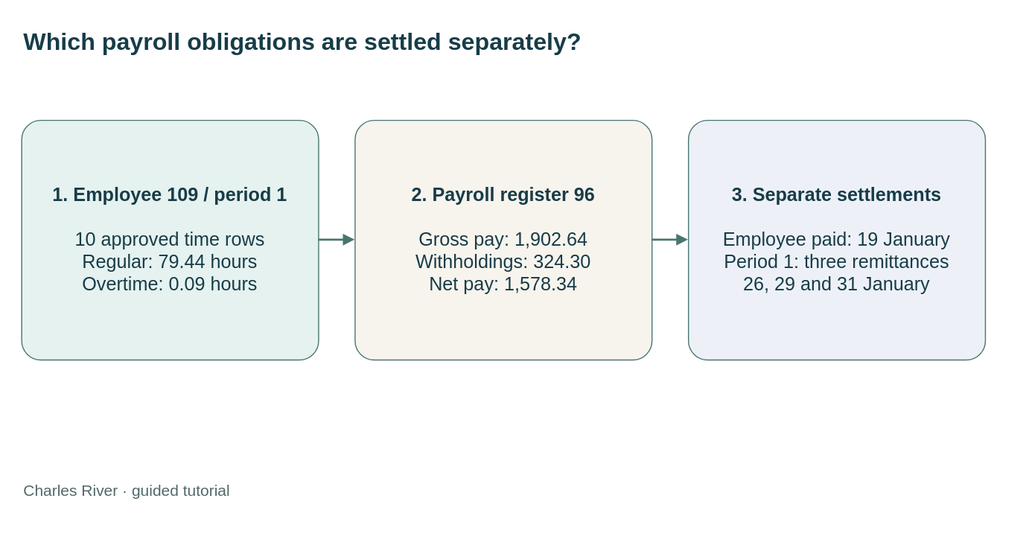
Earlier version of the draw.io export static/diagrams/tutorials/follow-hours-into-payroll.svg (mmcodesso/CharlesRiver_Database). Source tidied: cells renumbered, new cells last; positions are measured from the earlier drawing's top-left corner, leaving out a move shared by most shapes.
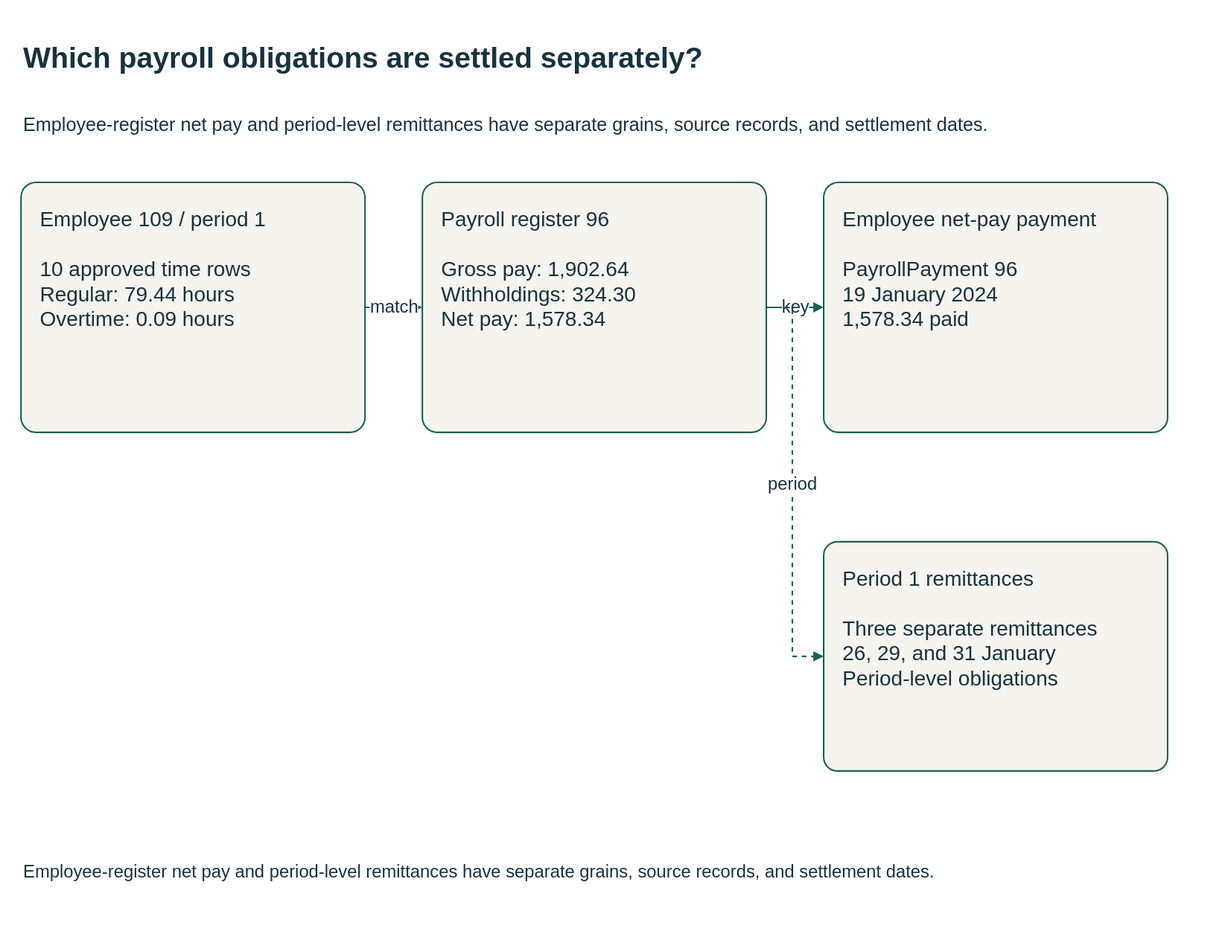
After the change.

The edit, as a diff of the source:
```diff
@@ -1,27 +1,41 @@
-<mxGraphModel>
+<mxGraphModel background="#FFFFFF">
   <root>
     <mxCell id="0" />
     <mxCell id="1" parent="0" />
-    <mxCell id="2" value="Which payroll obligations are settled separately?" style="text;html=0;whiteSpace=wrap;fontSize=23;fontStyle=1;fontColor=#163d48;align=left;" parent="1" vertex="1">
-      <mxGeometry width="920" height="60" as="geometry" />
+    <mxCell id="2" value="Which payroll obligations are settled separately?" style="html=0;fontFamily=Arial;fontSize=20;fontColor=#17333e;strokeColor=#196252;strokeWidth=1.5;whiteSpace=wrap;text;strokeColor=none;fillColor=none;align=left;verticalAlign=middle;fontSize=28;fontStyle=1;" parent="1" vertex="1">
+      <mxGeometry width="1110" height="70" as="geometry" />
     </mxCell>
+    <mxCell id="9" value="Employee-register net pay and period-level remittances have separate grains, source records, and settlement dates." style="html=0;fontFamily=Arial;fontSize=20;fontColor=#17333e;strokeColor=#196252;strokeWidth=1.5;whiteSpace=wrap;text;strokeColor=none;fillColor=none;align=left;verticalAlign=middle;fontSize=18;fontStyle=0;" parent="1" vertex="1">
+      <mxGeometry y="72" width="1110" height="55" as="geometry" />
+    </mxCell>
-    <mxCell id="3" value="&lt;b&gt;1. Employee 109 / period 1&lt;/b&gt;&lt;br&gt;&lt;br&gt;10 approved time rows&lt;br&gt;Regular: 79.44 hours&lt;br&gt;Overtime: 0.09 hours" style="rounded=1;whiteSpace=wrap;html=1;fillColor=#e5f2ef;strokeColor=#48766e;fontColor=#183c48;fontSize=18;spacing=15;arcSize=8;" parent="1" vertex="1">
-      <mxGeometry y="95" width="285" height="230" as="geometry" />
+    <mxCell id="3" value="Employee 109 / period 1&#10;&#10;10 approved time rows&#10;Regular: 79.44 hours&#10;Overtime: 0.09 hours" style="html=0;fontFamily=Arial;fontSize=20;fontColor=#17333e;strokeColor=#196252;strokeWidth=1.5;whiteSpace=wrap;rounded=1;arcSize=6;fillColor=#f6f4ee;align=left;verticalAlign=top;spacing=18;" parent="1" vertex="1">
+      <mxGeometry y="155" width="330" height="240" as="geometry" />
     </mxCell>
-    <mxCell id="4" value="&lt;b&gt;2. Payroll register 96&lt;/b&gt;&lt;br&gt;&lt;br&gt;Gross pay: 1,902.64&lt;br&gt;Withholdings: 324.30&lt;br&gt;Net pay: 1,578.34" style="rounded=1;whiteSpace=wrap;html=1;fillColor=#f7f4ed;strokeColor=#48766e;fontColor=#183c48;fontSize=18;spacing=15;arcSize=8;" parent="1" vertex="1">
-      <mxGeometry x="320" y="95" width="285" height="230" as="geometry" />
+    <mxCell id="4" value="Payroll register 96&#10;&#10;Gross pay: 1,902.64&#10;Withholdings: 324.30&#10;Net pay: 1,578.34" style="html=0;fontFamily=Arial;fontSize=20;fontColor=#17333e;strokeColor=#196252;strokeWidth=1.5;whiteSpace=wrap;rounded=1;arcSize=6;fillColor=#f6f4ee;align=left;verticalAlign=top;spacing=18;" parent="1" vertex="1">
+      <mxGeometry x="385" y="155" width="330" height="240" as="geometry" />
     </mxCell>
-    <mxCell id="5" value="&lt;b&gt;3. Separate settlements&lt;/b&gt;&lt;br&gt;&lt;br&gt;Employee paid: 19 January&lt;br&gt;Period 1: three remittances&lt;br&gt;26, 29 and 31 January" style="rounded=1;whiteSpace=wrap;html=1;fillColor=#edf1f7;strokeColor=#48766e;fontColor=#183c48;fontSize=18;spacing=15;arcSize=8;" parent="1" vertex="1">
-      <mxGeometry x="640" y="95" width="285" height="230" as="geometry" />
+    <mxCell id="5" value="Employee net-pay payment&#10;&#10;PayrollPayment 96&#10;19 January 2024&#10;1,578.34 paid" style="html=0;fontFamily=Arial;fontSize=20;fontColor=#17333e;strokeColor=#196252;strokeWidth=1.5;whiteSpace=wrap;rounded=1;arcSize=6;fillColor=#f6f4ee;align=left;verticalAlign=top;spacing=18;" parent="1" vertex="1">
+      <mxGeometry x="770" y="155" width="330" height="240" as="geometry" />
     </mxCell>
+    <mxCell id="10" value="Period 1 remittances&#10;&#10;Three separate remittances&#10;26, 29, and 31 January&#10;Period-level obligations" style="html=0;fontFamily=Arial;fontSize=20;fontColor=#17333e;strokeColor=#196252;strokeWidth=1.5;whiteSpace=wrap;rounded=1;arcSize=6;fillColor=#f6f4ee;align=left;verticalAlign=top;spacing=18;" parent="1" vertex="1">
+      <mxGeometry x="770" y="500" width="330" height="220" as="geometry" />
+    </mxCell>
-    <mxCell id="6" style="edgeStyle=orthogonalEdgeStyle;rounded=0;html=0;strokeColor=#48766e;strokeWidth=2;endArrow=block;endFill=1;exitX=1;exitY=0.5;entryX=0;entryY=0.5;" parent="1" edge="1" source="3" target="4">
+    <mxCell id="6" value="match" style="html=0;fontFamily=Arial;fontSize=20;fontColor=#17333e;strokeColor=#196252;strokeWidth=1.5;whiteSpace=wrap;edgeStyle=orthogonalEdgeStyle;rounded=0;fillColor=none;fontSize=17;labelBackgroundColor=#FFFFFF;startArrow=none;endArrow=block;endFill=1;dashed=1;exitX=1;exitY=0.5;entryX=0;entryY=0.5;" parent="1" edge="1" source="3" target="4">
       <mxGeometry relative="1" as="geometry" />
     </mxCell>
-    <mxCell id="7" style="edgeStyle=orthogonalEdgeStyle;rounded=0;html=0;strokeColor=#48766e;strokeWidth=2;endArrow=block;endFill=1;exitX=1;exitY=0.5;entryX=0;entryY=0.5;" parent="1" edge="1" source="4" target="5">
+    <mxCell id="7" value="key" style="html=0;fontFamily=Arial;fontSize=20;fontColor=#17333e;strokeColor=#196252;strokeWidth=1.5;whiteSpace=wrap;edgeStyle=orthogonalEdgeStyle;rounded=0;fillColor=none;fontSize=17;labelBackgroundColor=#FFFFFF;startArrow=none;endArrow=block;endFill=1;dashed=0;exitX=1;exitY=0.5;entryX=0;entryY=0.5;" parent="1" edge="1" source="4" target="5">
       <mxGeometry relative="1" as="geometry" />
     </mxCell>
+    <mxCell id="11" value="period" style="html=0;fontFamily=Arial;fontSize=20;fontColor=#17333e;strokeColor=#196252;strokeWidth=1.5;whiteSpace=wrap;edgeStyle=orthogonalEdgeStyle;rounded=0;fillColor=none;fontSize=17;labelBackgroundColor=#FFFFFF;startArrow=none;endArrow=block;endFill=1;dashed=1;exitX=1;exitY=0.5;entryX=0;entryY=0.5;" parent="1" edge="1" source="4" target="10">
+      <mxGeometry relative="1" as="geometry">
+        <Array as="points">
+          <mxPoint x="740" y="275" />
+          <mxPoint x="740" y="610" />
+        </Array>
+      </mxGeometry>
+    </mxCell>
-    <mxCell id="8" value="Charles River · guided tutorial" style="text;html=0;fontColor=#526869;fontSize=15;align=left;" parent="1" vertex="1">
-      <mxGeometry y="435" width="920" height="30" as="geometry" />
+    <mxCell id="8" value="Employee-register net pay and period-level remittances have separate grains, source records, and settlement dates." style="html=0;fontFamily=Arial;fontSize=20;fontColor=#17333e;strokeColor=#196252;strokeWidth=1.5;whiteSpace=wrap;text;strokeColor=none;fillColor=none;align=left;verticalAlign=middle;fontSize=17;fontStyle=0;" parent="1" vertex="1">
+      <mxGeometry y="787" width="1110" height="60" as="geometry" />
     </mxCell>
   </root>
 </mxGraphModel>
```
